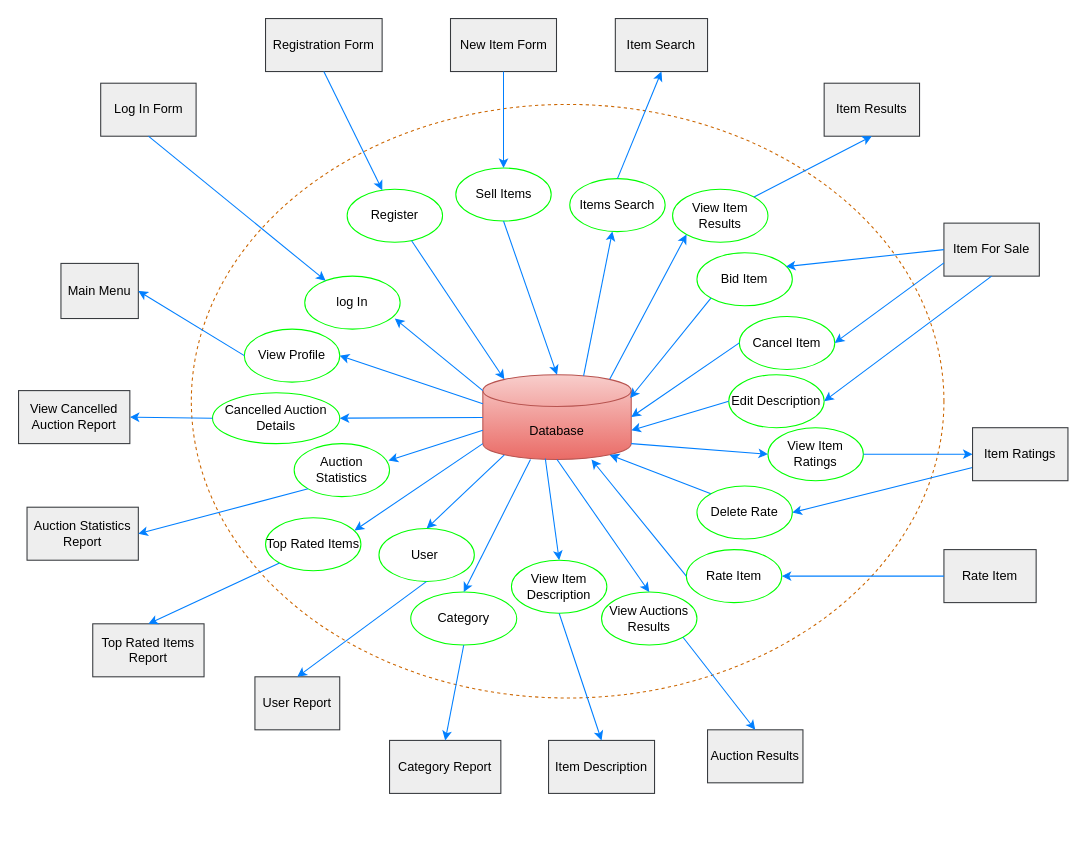
jobanyv9/6400_DatbaseDesign keeps this draw.io diagram as IFD_BuzzBid.drawio. Above is the earlier version. Source tidied: cells renumbered, new cells numbered last; positions are measured from the earlier drawing's top-left corner, leaving out a move shared by most shapes. Both pictures are drawn from the tidied source at 106%, with x=0, y=0 at pixel (18, 18).
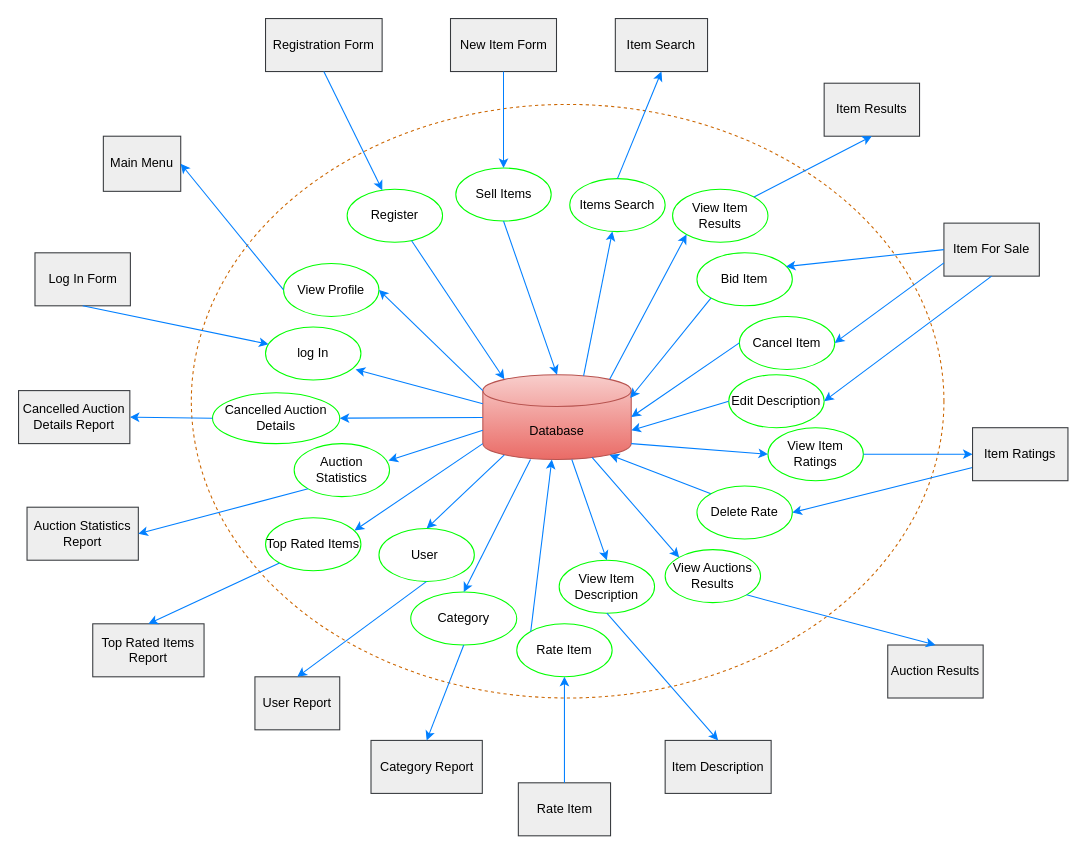
Above is the later version.

The change refers to these unchanged cells:
```xml
<mxCell id="3" value="Database" style="shape=cylinder3;whiteSpace=wrap;html=1;boundedLbl=1;backgroundOutline=1;size=15;fillColor=#f8cecc;strokeColor=#b85450;gradientColor=#ea6b66;" parent="1" vertex="1">
  <mxGeometry x="438" y="336" width="140" height="80" as="geometry" />
</mxCell>
```

The edit, as a diff of the source:
```diff
@@
     <mxCell id="4" value="log In" style="ellipse;whiteSpace=wrap;html=1;strokeColor=#00FF00;" parent="1" vertex="1">
-      <mxGeometry x="270" y="243" width="90" height="50" as="geometry" />
+      <mxGeometry x="233" y="291" width="90" height="50" as="geometry" />
     </mxCell>
-    <mxCell id="5" style="endArrow=classic;html=1;rounded=0;entryX=0.944;entryY=0.8;entryDx=0;entryDy=0;entryPerimeter=0;exitX=0;exitY=0;exitDx=0;exitDy=15;exitPerimeter=0;curved=0;strokeColor=#007FFF;" parent="1" edge="1" source="3" target="4">
+    <mxCell id="5" style="endArrow=classic;html=1;rounded=0;entryX=0.944;entryY=0.8;entryDx=0;entryDy=0;entryPerimeter=0;exitX=0;exitY=0;exitDx=0;exitDy=27.5;exitPerimeter=0;curved=0;strokeColor=#007FFF;" parent="1" edge="1" source="3" target="4">
       <mxGeometry relative="1" as="geometry" />
     </mxCell>
@@
     <mxCell id="10" value="View Auctions Results" style="ellipse;whiteSpace=wrap;html=1;strokeColor=#00FF00;" parent="1" vertex="1">
-      <mxGeometry x="550" y="541" width="90" height="50" as="geometry" />
+      <mxGeometry x="610" y="501" width="90" height="50" as="geometry" />
     </mxCell>
@@
-    <mxCell id="17" style="endArrow=classic;html=1;rounded=0;exitX=0.5;exitY=1;exitDx=0;exitDy=0;exitPerimeter=0;strokeColor=#007FFF;entryX=0.5;entryY=0;entryDx=0;entryDy=0;" parent="1" edge="1" source="3" target="10">
+    <mxCell id="17" style="endArrow=classic;html=1;rounded=0;exitX=0.736;exitY=0.975;exitDx=0;exitDy=0;exitPerimeter=0;strokeColor=#007FFF;entryX=0;entryY=0;entryDx=0;entryDy=0;" parent="1" edge="1" source="3" target="10">
       <mxGeometry relative="1" as="geometry" />
     </mxCell>
@@
     <mxCell id="21" value="Log In Form" style="rounded=0;whiteSpace=wrap;html=1;fillColor=#eeeeee;strokeColor=#36393d;" parent="1" vertex="1">
-      <mxGeometry x="77.5" y="61" width="90" height="50" as="geometry" />
+      <mxGeometry x="15.5" y="221" width="90" height="50" as="geometry" />
     </mxCell>
@@
     <mxCell id="37" value="Rate Item" style="rounded=0;whiteSpace=wrap;html=1;fillColor=#eeeeee;strokeColor=#36393d;" parent="1" vertex="1">
-      <mxGeometry x="873" y="501" width="87" height="50" as="geometry" />
+      <mxGeometry x="471.5" y="721" width="87" height="50" as="geometry" />
     </mxCell>
     <mxCell id="38" value="Item Description" style="rounded=0;whiteSpace=wrap;html=1;fillColor=#eeeeee;strokeColor=#36393d;" parent="1" vertex="1">
-      <mxGeometry x="500" y="681" width="100" height="50" as="geometry" />
+      <mxGeometry x="610" y="681" width="100" height="50" as="geometry" />
     </mxCell>
     <mxCell id="39" value="Category Report" style="rounded=0;whiteSpace=wrap;html=1;fillColor=#eeeeee;strokeColor=#36393d;" parent="1" vertex="1">
-      <mxGeometry x="350" y="681" width="105" height="50" as="geometry" />
+      <mxGeometry x="332.5" y="681" width="105" height="50" as="geometry" />
     </mxCell>
@@
-    <mxCell id="49" value="View Cancelled Auction Report" style="rounded=0;whiteSpace=wrap;html=1;fillColor=#eeeeee;strokeColor=#36393d;" parent="1" vertex="1">
+    <mxCell id="49" value="Cancelled Auction Details Report" style="rounded=0;whiteSpace=wrap;html=1;fillColor=#eeeeee;strokeColor=#36393d;" parent="1" vertex="1">
       <mxGeometry y="351" width="105" height="50" as="geometry" />
     </mxCell>
@@
     <mxCell id="51" value="Auction Results" style="rounded=0;whiteSpace=wrap;html=1;fillColor=#eeeeee;strokeColor=#36393d;" parent="1" vertex="1">
-      <mxGeometry x="650" y="671" width="90" height="50" as="geometry" />
+      <mxGeometry x="820" y="591" width="90" height="50" as="geometry" />
     </mxCell>
     <mxCell id="52" value="Main Menu" style="rounded=0;whiteSpace=wrap;html=1;fillColor=#eeeeee;strokeColor=#36393d;" parent="1" vertex="1">
-      <mxGeometry x="40" y="231" width="73" height="52" as="geometry" />
+      <mxGeometry x="80" y="111" width="73" height="52" as="geometry" />
     </mxCell>
     <mxCell id="53" value="View Profile" style="ellipse;whiteSpace=wrap;html=1;strokeColor=#00FF00;" parent="1" vertex="1">
-      <mxGeometry x="213" y="293" width="90" height="50" as="geometry" />
+      <mxGeometry x="250" y="231" width="90" height="50" as="geometry" />
     </mxCell>
-    <mxCell id="54" style="endArrow=classic;html=1;rounded=0;exitX=0;exitY=0;exitDx=0;exitDy=27.5;exitPerimeter=0;entryX=1;entryY=0.5;entryDx=0;entryDy=0;strokeColor=#007FFF;" parent="1" edge="1" source="3" target="53">
+    <mxCell id="54" style="endArrow=classic;html=1;rounded=0;exitX=0;exitY=0;exitDx=0;exitDy=15;exitPerimeter=0;entryX=1;entryY=0.5;entryDx=0;entryDy=0;strokeColor=#007FFF;" parent="1" edge="1" source="3" target="53">
       <mxGeometry relative="1" as="geometry" />
     </mxCell>
@@
     <mxCell id="65" value="Rate Item" style="ellipse;whiteSpace=wrap;html=1;strokeColor=#00FF00;" parent="1" vertex="1">
-      <mxGeometry x="630" y="501" width="90" height="50" as="geometry" />
+      <mxGeometry x="470" y="571" width="90" height="50" as="geometry" />
     </mxCell>
@@
-    <mxCell id="70" style="endArrow=classic;html=1;rounded=0;exitX=0;exitY=0.5;exitDx=0;exitDy=0;strokeColor=#007FFF;" parent="1" edge="1" source="65" target="3">
+    <mxCell id="70" style="endArrow=classic;html=1;rounded=0;exitX=0;exitY=0;exitDx=0;exitDy=0;strokeColor=#007FFF;" parent="1" edge="1" source="65" target="3">
       <mxGeometry relative="1" as="geometry" />
     </mxCell>
-    <mxCell id="71" style="endArrow=classic;html=1;rounded=0;entryX=1;entryY=0.5;entryDx=0;entryDy=0;exitX=0;exitY=0.5;exitDx=0;exitDy=0;strokeColor=#007FFF;" parent="1" edge="1" source="37" target="65">
+    <mxCell id="71" style="endArrow=classic;html=1;rounded=0;entryX=0.5;entryY=1;entryDx=0;entryDy=0;exitX=0.5;exitY=0;exitDx=0;exitDy=0;strokeColor=#007FFF;" parent="1" edge="1" source="37" target="65">
       <mxGeometry relative="1" as="geometry" />
     </mxCell>
@@
     <mxCell id="74" value="View Item Description" style="ellipse;whiteSpace=wrap;html=1;strokeColor=#00FF00;" parent="1" vertex="1">
-      <mxGeometry x="465" y="511" width="90" height="50" as="geometry" />
+      <mxGeometry x="510" y="511" width="90" height="50" as="geometry" />
     </mxCell>
-    <mxCell id="75" style="endArrow=classic;html=1;rounded=0;exitX=0.421;exitY=0.988;exitDx=0;exitDy=0;exitPerimeter=0;strokeColor=#007FFF;entryX=0.5;entryY=0;entryDx=0;entryDy=0;" parent="1" edge="1" source="3" target="74">
+    <mxCell id="75" style="endArrow=classic;html=1;rounded=0;strokeColor=#007FFF;entryX=0.5;entryY=0;entryDx=0;entryDy=0;" parent="1" edge="1" source="3" target="74">
       <mxGeometry relative="1" as="geometry" />
     </mxCell>
```
